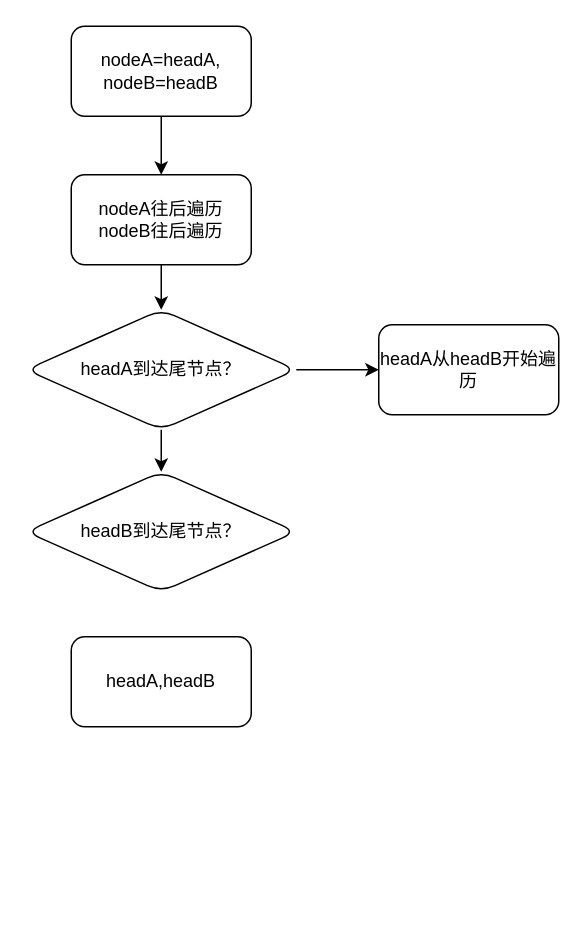
Earlier version of the draw.io diagram 未命名绘图.drawio (HonyoLAN/telmy). Source tidied: cells renumbered, new cells numbered last; positions are measured from the earlier drawing's top-left corner, leaving out a move shared by most shapes. Both pictures are drawn from the tidied source at 150%, with x=0, y=0 at pixel (26, 26).
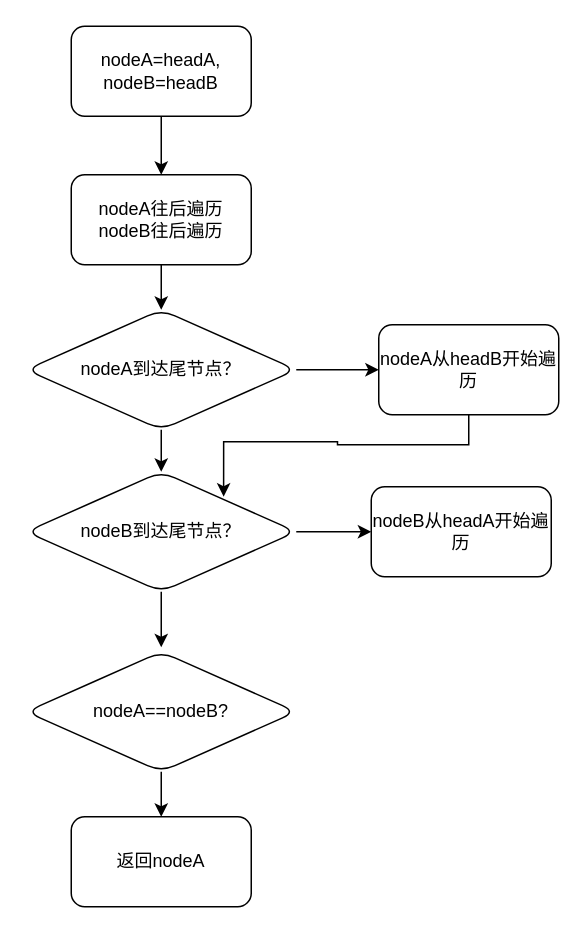
The same page after the edit.

Commit message (it also covers changes not shown here):
更新未命名绘图.drawio

Diff of the diagram source:
```diff
@@
 <mxGraphModel>
   <root>
     <mxCell id="0" />
     <mxCell id="1" parent="0" />
     <mxCell id="2" style="edgeStyle=orthogonalEdgeStyle;rounded=0;jettySize=auto;html=1;" parent="1" edge="1" source="3" target="11">
       <mxGeometry relative="1" as="geometry" />
     </mxCell>
     <mxCell id="3" value="nodeA=headA,&lt;br&gt;nodeB=headB" style="rounded=1;whiteSpace=wrap;html=1;" parent="1" vertex="1">
       <mxGeometry x="30" width="120" height="60" as="geometry" />
     </mxCell>
-    <mxCell id="4" value="headA,headB" style="rounded=1;whiteSpace=wrap;html=1;" parent="1" vertex="1">
-      <mxGeometry x="30" y="407" width="120" height="60" as="geometry" />
-    </mxCell>
     <mxCell id="5" style="edgeStyle=orthogonalEdgeStyle;rounded=0;jettySize=auto;html=1;" parent="1" edge="1" source="7" target="9">
       <mxGeometry relative="1" as="geometry" />
     </mxCell>
     <mxCell id="6" style="edgeStyle=orthogonalEdgeStyle;rounded=0;jettySize=auto;html=1;" parent="1" edge="1" source="7" target="8">
       <mxGeometry relative="1" as="geometry" />
     </mxCell>
-    <mxCell id="7" value="headA到达尾节点？" style="rhombus;whiteSpace=wrap;html=1;rounded=1;" parent="1" vertex="1">
+    <mxCell id="7" value="nodeA到达尾节点？" style="rhombus;whiteSpace=wrap;html=1;rounded=1;" parent="1" vertex="1">
       <mxGeometry y="189" width="180" height="80" as="geometry" />
     </mxCell>
+    <mxCell id="12" style="edgeStyle=orthogonalEdgeStyle;rounded=0;jettySize=auto;html=1;" parent="1" edge="1" source="8" target="15">
+      <mxGeometry relative="1" as="geometry" />
+    </mxCell>
+    <mxCell id="13" style="edgeStyle=orthogonalEdgeStyle;rounded=0;jettySize=auto;html=1;" parent="1" edge="1" source="8">
+      <mxGeometry relative="1" as="geometry">
+        <mxPoint x="90" y="414" as="targetPoint" />
+      </mxGeometry>
+    </mxCell>
-    <mxCell id="8" value="headB到达尾节点？" style="rhombus;whiteSpace=wrap;html=1;rounded=1;" parent="1" vertex="1">
+    <mxCell id="8" value="nodeB到达尾节点？" style="rhombus;whiteSpace=wrap;html=1;rounded=1;" parent="1" vertex="1">
       <mxGeometry y="297" width="180" height="80" as="geometry" />
     </mxCell>
+    <mxCell id="14" style="edgeStyle=orthogonalEdgeStyle;rounded=0;jettySize=auto;html=1;exitX=0.5;exitY=1;exitDx=0;exitDy=0;entryX=0.731;entryY=0.208;entryDx=0;entryDy=0;entryPerimeter=0;" parent="1" edge="1" source="9" target="8">
+      <mxGeometry relative="1" as="geometry" />
+    </mxCell>
-    <mxCell id="9" value="headA从headB开始遍历" style="whiteSpace=wrap;html=1;rounded=1;" parent="1" vertex="1">
+    <mxCell id="9" value="nodeA从headB开始遍历" style="whiteSpace=wrap;html=1;rounded=1;" parent="1" vertex="1">
       <mxGeometry x="235" y="199" width="120" height="60" as="geometry" />
     </mxCell>
     <mxCell id="10" style="edgeStyle=orthogonalEdgeStyle;rounded=0;jettySize=auto;html=1;" parent="1" edge="1" source="11" target="7">
       <mxGeometry relative="1" as="geometry" />
     </mxCell>
     <mxCell id="11" value="nodeA往后遍历&lt;br&gt;nodeB往后遍历" style="rounded=1;whiteSpace=wrap;html=1;" parent="1" vertex="1">
       <mxGeometry x="30" y="99" width="120" height="60" as="geometry" />
     </mxCell>
+    <mxCell id="15" value="nodeB从headA开始遍历" style="whiteSpace=wrap;html=1;rounded=1;" parent="1" vertex="1">
+      <mxGeometry x="230" y="307" width="120" height="60" as="geometry" />
+    </mxCell>
+    <mxCell id="16" style="edgeStyle=orthogonalEdgeStyle;rounded=0;jettySize=auto;html=1;" parent="1" edge="1" source="17" target="18">
+      <mxGeometry relative="1" as="geometry" />
+    </mxCell>
+    <mxCell id="17" value="nodeA==nodeB?" style="rhombus;whiteSpace=wrap;html=1;rounded=1;" parent="1" vertex="1">
+      <mxGeometry y="417" width="180" height="80" as="geometry" />
+    </mxCell>
+    <mxCell id="18" value="返回nodeA" style="whiteSpace=wrap;html=1;rounded=1;" parent="1" vertex="1">
+      <mxGeometry x="30" y="527" width="120" height="60" as="geometry" />
+    </mxCell>
   </root>
 </mxGraphModel>
```
